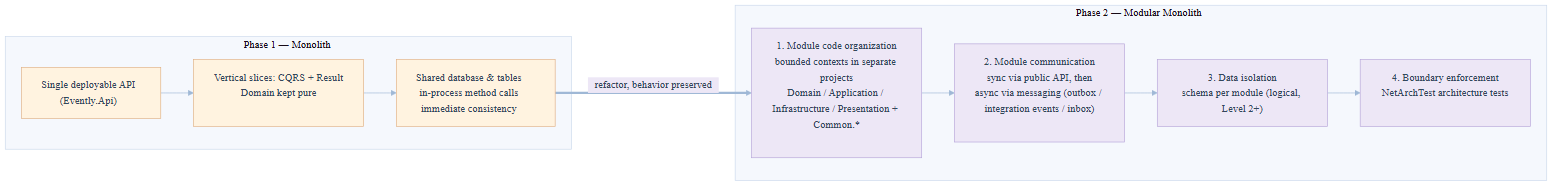
vishipayyallore/evently-engineering keeps this Mermaid diagram as docs/images/phase-roadmap.png. Above is the earlier version. Its source is kept beside it as docs/mermaid-diagrams/phase-roadmap.mmd.
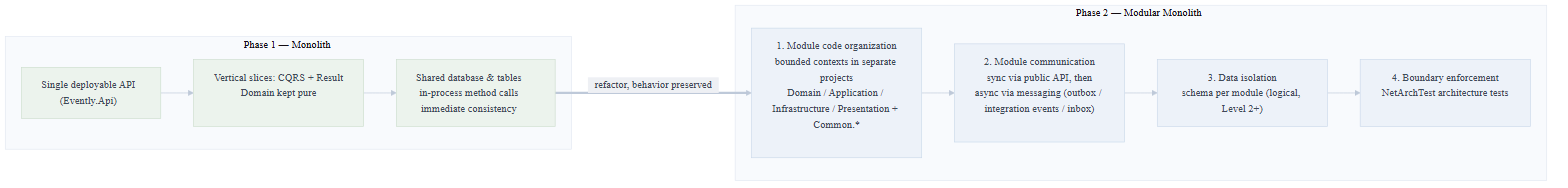
Later version of the same file.

Commit message:
Update mermaid diagrams with new color themes for improved clarity and consistency

Change to the diagram source:
```diff
@@ -2,19 +2,22 @@
 config:
   theme: base
   themeVariables:
-    primaryColor: "#EAF1FB"
-    primaryBorderColor: "#B7CDE8"
-    primaryTextColor: "#33475B"
-    lineColor: "#9FB8D6"
-    secondaryColor: "#EDE7F6"
-    secondaryBorderColor: "#C6BCE0"
-    tertiaryColor: "#E8F5E9"
-    tertiaryBorderColor: "#BBD9BE"
-    clusterBkg: "#F5F8FD"
-    clusterBorder: "#CBD9EC"
-    noteBkgColor: "#FFF8E1"
-    noteBorderColor: "#EAD9A0"
-    messageTextColor: "#5B6B7B"
+    primaryColor: "#EDF2F9"
+    primaryBorderColor: "#CBD9EA"
+    primaryTextColor: "#3F4A58"
+    lineColor: "#BEC9D9"
+    secondaryColor: "#EEF0F4"
+    secondaryBorderColor: "#DADEE6"
+    tertiaryColor: "#ECF3ED"
+    tertiaryBorderColor: "#CDDECE"
+    clusterBkg: "#F8FAFD"
+    clusterBorder: "#E2E8F1"
+    noteBkgColor: "#FAF7EE"
+    noteBorderColor: "#E8DEC8"
+    messageTextColor: "#63707F"
+    compositeBackground: "#F8FAFD"
+    compositeTitleBackground: "#EDF2F9"
+    altBackground: "#F8FAFD"
     fontFamily: "Segoe UI, Roboto, Helvetica, Arial, sans-serif"
 ---
 flowchart LR
@@ -37,7 +40,7 @@
 
     C ==>|"refactor, behavior preserved"| D
 
-    classDef phase1 fill:#FFF3E0,stroke:#E0B084,color:#33475B;
-    classDef phase2 fill:#EDE7F6,stroke:#B7A6D9,color:#33475B;
+    classDef phase1 fill:#ECF3ED,stroke:#CDDECE,color:#3F4A58;
+    classDef phase2 fill:#EDF2F9,stroke:#CBD9EA,color:#3F4A58;
     class A,B,C phase1;
     class D,E,F,G phase2;
```
